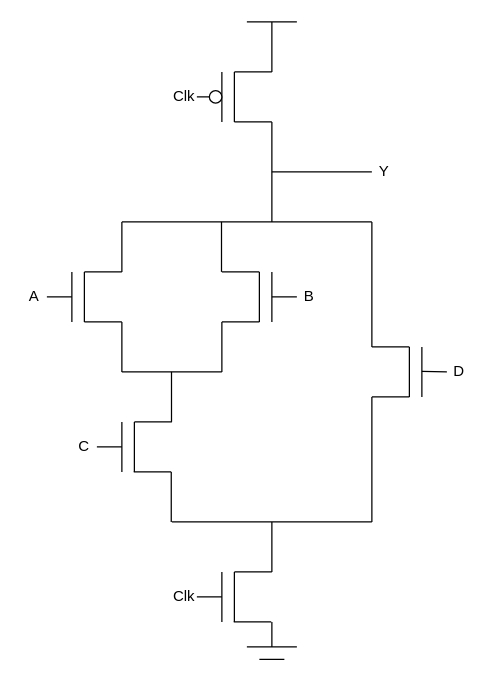
osowatzke/ECE507_HW keeps this draw.io diagram as page "problem2_domino_dynamic" (3 of 4) of 4/schematics.drawio. Above is the earlier version. Source tidied: cells renumbered, new cells numbered last; positions are measured from the earlier drawing's top-left corner, leaving out a move shared by most shapes. Both pictures are drawn from the tidied source at 125%, with x=0, y=0 at pixel (21, 21).
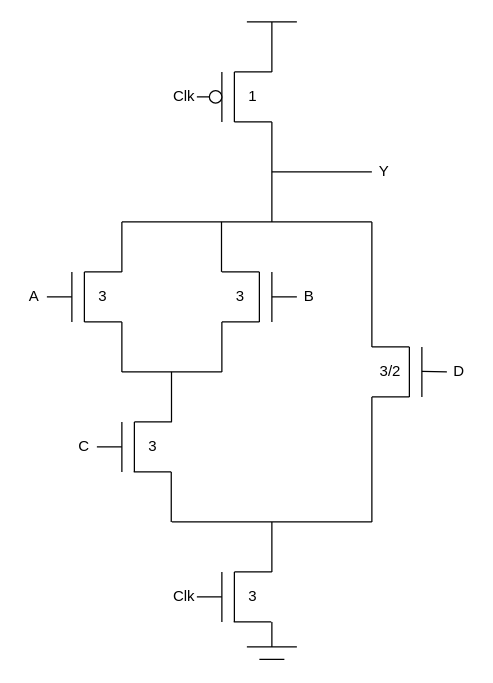
The same page after the edit.

The change refers to these unchanged cells:
```xml
<mxCell id="2" style="group;" parent="1" vertex="1">
  <mxGeometry x="40" y="200" width="40" height="40" as="geometry" />
</mxCell>
<mxCell id="11" style="group;rotation=-180;" parent="1" vertex="1">
  <mxGeometry x="160" y="200" width="40" height="40" as="geometry" />
</mxCell>
<mxCell id="38" style="group;rotation=-180;" parent="1" vertex="1">
  <mxGeometry x="280" y="260" width="40" height="40" as="geometry" />
</mxCell>
<mxCell id="48" style="group;" parent="1" vertex="1">
  <mxGeometry x="150" y="40" width="50" height="40" as="geometry" />
</mxCell>
<mxCell id="56" style="group;" parent="1" vertex="1">
  <mxGeometry x="160" y="440" width="40" height="40" as="geometry" />
</mxCell>
```

The edit, as a diff of the source:
```diff
@@
+    <mxCell id="65" value="3" style="text;html=1;align=center;verticalAlign=middle;whiteSpace=wrap;rounded=0;" parent="2" vertex="1">
+      <mxGeometry x="10" y="10" width="30" height="20" as="geometry" />
+    </mxCell>
@@
+    <mxCell id="66" value="3" style="text;html=1;align=center;verticalAlign=middle;whiteSpace=wrap;rounded=0;" parent="11" vertex="1">
+      <mxGeometry y="10" width="30" height="20" as="geometry" />
+    </mxCell>
@@
+    <mxCell id="67" value="3/2" style="text;html=1;align=center;verticalAlign=middle;whiteSpace=wrap;rounded=0;" parent="38" vertex="1">
+      <mxGeometry y="10" width="30" height="20" as="geometry" />
+    </mxCell>
@@
+    <mxCell id="68" value="1" style="text;html=1;align=center;verticalAlign=middle;whiteSpace=wrap;rounded=0;" parent="48" vertex="1">
+      <mxGeometry x="20" y="10" width="30" height="20" as="geometry" />
+    </mxCell>
@@
+    <mxCell id="69" value="3" style="text;html=1;align=center;verticalAlign=middle;whiteSpace=wrap;rounded=0;" parent="56" vertex="1">
+      <mxGeometry x="10" y="10" width="30" height="20" as="geometry" />
+    </mxCell>
@@
+    <mxCell id="70" value="3" style="text;html=1;align=center;verticalAlign=middle;whiteSpace=wrap;rounded=0;" parent="1" vertex="1">
+      <mxGeometry x="90" y="330" width="30" height="20" as="geometry" />
+    </mxCell>
```
